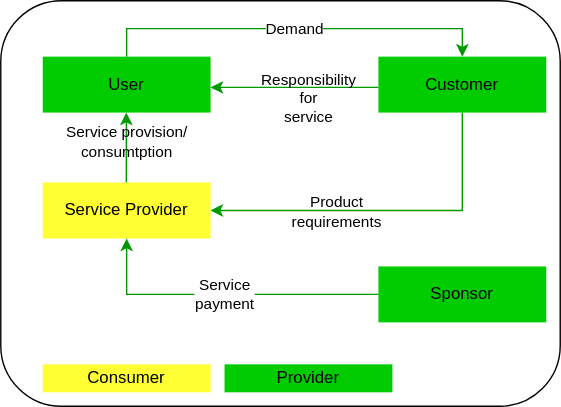
Above: 02. Service Management/Images/ITIL_ServiceProduct.svg in EnProxima/Experience (draw.io), before the change. Source tidied: cells renumbered, new cells last; positions are measured from the earlier drawing's top-left corner, leaving out a move shared by most shapes. Its diagram source:
```xml
<mxGraphModel>
  <root>
    <mxCell id="0" />
    <mxCell id="1" parent="0" />
    <mxCell id="2" style="rounded=1;whiteSpace=wrap;html=1;" parent="1" vertex="1">
      <mxGeometry width="400" height="290" as="geometry" />
    </mxCell>
    <mxCell id="3" style="edgeStyle=orthogonalEdgeStyle;rounded=0;orthogonalLoop=1;jettySize=auto;html=1;entryX=0.5;entryY=1;entryDx=0;entryDy=0;strokeColor=#009900;" parent="1" edge="1">
      <mxGeometry relative="1" as="geometry">
        <mxPoint x="89.8" y="130" as="sourcePoint" />
        <mxPoint x="89.8" y="80" as="targetPoint" />
        <Array as="points">
          <mxPoint x="89.8" y="100" />
          <mxPoint x="89.8" y="100" />
        </Array>
      </mxGeometry>
    </mxCell>
    <mxCell id="4" value="Service provision/&lt;br&gt;consumtption" style="edgeLabel;html=1;align=center;verticalAlign=middle;labelBackgroundColor=none;" parent="3" vertex="1">
      <mxGeometry x="-0.26" y="2" relative="1" as="geometry">
        <mxPoint x="2" y="-11" as="offset" />
      </mxGeometry>
    </mxCell>
    <mxCell id="5" value="Service Provider" style="rounded=0;whiteSpace=wrap;html=1;strokeColor=none;fillColor=#FFFF33;" parent="1" vertex="1">
      <mxGeometry x="30" y="130" width="120" height="40" as="geometry" />
    </mxCell>
    <mxCell id="6" value="Demand" style="edgeStyle=orthogonalEdgeStyle;rounded=0;jettySize=auto;html=1;entryX=0.5;entryY=0;entryDx=0;entryDy=0;exitX=0.5;exitY=0;exitDx=0;exitDy=0;strokeColor=#009900;" parent="1" edge="1" source="7" target="11">
      <mxGeometry relative="1" as="geometry" />
    </mxCell>
    <mxCell id="7" value="User" style="rounded=0;whiteSpace=wrap;html=1;fillColor=#00CC00;strokeColor=none;" parent="1" vertex="1">
      <mxGeometry x="30" y="40" width="120" height="40" as="geometry" />
    </mxCell>
    <mxCell id="8" style="edgeStyle=orthogonalEdgeStyle;rounded=0;jettySize=auto;html=1;entryX=1;entryY=0.5;entryDx=0;entryDy=0;exitX=0.5;exitY=1;exitDx=0;exitDy=0;strokeColor=#009900;" parent="1" edge="1" source="11" target="5">
      <mxGeometry relative="1" as="geometry" />
    </mxCell>
    <mxCell id="9" value="Product &lt;br&gt;requirements" style="edgeLabel;html=1;align=center;verticalAlign=middle;labelBackgroundColor=none;" parent="8" vertex="1">
      <mxGeometry x="-0.4" relative="1" as="geometry">
        <mxPoint x="-86" as="offset" />
      </mxGeometry>
    </mxCell>
    <mxCell id="10" value="Responsibility&lt;br&gt;for &lt;br&gt;service" style="edgeStyle=orthogonalEdgeStyle;rounded=0;orthogonalLoop=1;jettySize=auto;html=1;labelBackgroundColor=none;strokeColor=#009900;" parent="1" edge="1">
      <mxGeometry x="-0.17" y="8" relative="1" as="geometry">
        <mxPoint x="270" y="62" as="sourcePoint" />
        <mxPoint x="150" y="62" as="targetPoint" />
      </mxGeometry>
    </mxCell>
    <mxCell id="11" value="Customer" style="rounded=0;whiteSpace=wrap;html=1;fillColor=#00CC00;strokeColor=none;" parent="1" vertex="1">
      <mxGeometry x="270" y="40" width="120" height="40" as="geometry" />
    </mxCell>
    <mxCell id="12" value="Service &lt;br&gt;payment" style="edgeStyle=orthogonalEdgeStyle;rounded=0;jettySize=auto;html=1;entryX=0.5;entryY=1;entryDx=0;entryDy=0;strokeColor=#009900;" parent="1" edge="1" source="13" target="5">
      <mxGeometry relative="1" as="geometry" />
    </mxCell>
    <mxCell id="13" value="Sponsor" style="rounded=0;whiteSpace=wrap;html=1;fillColor=#00CC00;strokeColor=none;" parent="1" vertex="1">
      <mxGeometry x="270" y="190" width="120" height="40" as="geometry" />
    </mxCell>
    <mxCell id="14" value="Consumer" style="rounded=0;whiteSpace=wrap;html=1;fillColor=#FFFF33;strokeColor=none;" parent="1" vertex="1">
      <mxGeometry x="30" y="260" width="120" height="20" as="geometry" />
    </mxCell>
    <mxCell id="15" value="Provider" style="rounded=0;whiteSpace=wrap;html=1;fillColor=#00CC00;strokeColor=none;" parent="1" vertex="1">
      <mxGeometry x="160" y="260" width="120" height="20" as="geometry" />
    </mxCell>
  </root>
</mxGraphModel>
```
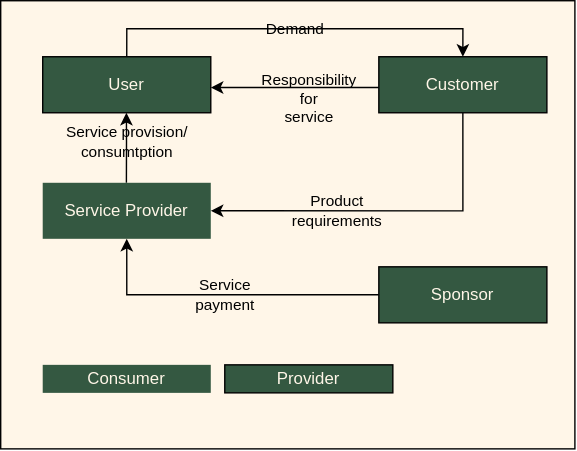
The same diagram one commit later.

Change to the diagram source:
```diff
@@ -2,10 +2,10 @@
   <root>
     <mxCell id="0" />
     <mxCell id="1" parent="0" />
-    <mxCell id="2" style="rounded=1;whiteSpace=wrap;html=1;" parent="1" vertex="1">
-      <mxGeometry width="400" height="290" as="geometry" />
-    </mxCell>
+    <mxCell id="16" style="rounded=0;whiteSpace=wrap;html=1;labelBackgroundColor=none;fontColor=#FFF6E8;strokeColor=#000000;fillColor=#FFF6E8;" parent="1" vertex="1">
+      <mxGeometry width="410" height="320" as="geometry" />
+    </mxCell>
-    <mxCell id="3" style="edgeStyle=orthogonalEdgeStyle;rounded=0;orthogonalLoop=1;jettySize=auto;html=1;entryX=0.5;entryY=1;entryDx=0;entryDy=0;strokeColor=#009900;" parent="1" edge="1">
+    <mxCell id="3" style="edgeStyle=orthogonalEdgeStyle;rounded=0;orthogonalLoop=1;jettySize=auto;html=1;entryX=0.5;entryY=1;entryDx=0;entryDy=0;" parent="1" edge="1">
       <mxGeometry relative="1" as="geometry">
         <mxPoint x="89.8" y="130" as="sourcePoint" />
         <mxPoint x="89.8" y="80" as="targetPoint" />
@@ -20,16 +20,21 @@
         <mxPoint x="2" y="-11" as="offset" />
       </mxGeometry>
     </mxCell>
-    <mxCell id="5" value="Service Provider" style="rounded=0;whiteSpace=wrap;html=1;strokeColor=none;fillColor=#FFFF33;" parent="1" vertex="1">
+    <mxCell id="5" value="Service Provider" style="rounded=0;whiteSpace=wrap;html=1;strokeColor=none;fillColor=#345841;fontColor=#FFF6E8;" parent="1" vertex="1">
       <mxGeometry x="30" y="130" width="120" height="40" as="geometry" />
     </mxCell>
-    <mxCell id="6" value="Demand" style="edgeStyle=orthogonalEdgeStyle;rounded=0;jettySize=auto;html=1;entryX=0.5;entryY=0;entryDx=0;entryDy=0;exitX=0.5;exitY=0;exitDx=0;exitDy=0;strokeColor=#009900;" parent="1" edge="1" source="7" target="11">
-      <mxGeometry relative="1" as="geometry" />
+    <mxCell id="6" value="Demand" style="edgeStyle=orthogonalEdgeStyle;rounded=0;jettySize=auto;html=1;entryX=0.5;entryY=0;entryDx=0;entryDy=0;exitX=0.5;exitY=0;exitDx=0;exitDy=0;labelBackgroundColor=none;" parent="1" edge="1" source="7" target="11">
+      <mxGeometry relative="1" as="geometry">
+        <Array as="points">
+          <mxPoint x="90" y="20" />
+          <mxPoint x="330" y="20" />
+        </Array>
+      </mxGeometry>
     </mxCell>
-    <mxCell id="7" value="User" style="rounded=0;whiteSpace=wrap;html=1;fillColor=#00CC00;strokeColor=none;" parent="1" vertex="1">
+    <mxCell id="7" value="User" style="rounded=0;whiteSpace=wrap;html=1;fillColor=#345841;fontColor=#FFF6E8;" parent="1" vertex="1">
       <mxGeometry x="30" y="40" width="120" height="40" as="geometry" />
     </mxCell>
-    <mxCell id="8" style="edgeStyle=orthogonalEdgeStyle;rounded=0;jettySize=auto;html=1;entryX=1;entryY=0.5;entryDx=0;entryDy=0;exitX=0.5;exitY=1;exitDx=0;exitDy=0;strokeColor=#009900;" parent="1" edge="1" source="11" target="5">
+    <mxCell id="8" style="edgeStyle=orthogonalEdgeStyle;rounded=0;jettySize=auto;html=1;entryX=1;entryY=0.5;entryDx=0;entryDy=0;exitX=0.5;exitY=1;exitDx=0;exitDy=0;" parent="1" edge="1" source="11" target="5">
       <mxGeometry relative="1" as="geometry" />
     </mxCell>
     <mxCell id="9" value="Product &lt;br&gt;requirements" style="edgeLabel;html=1;align=center;verticalAlign=middle;labelBackgroundColor=none;" parent="8" vertex="1">
@@ -37,25 +42,25 @@
         <mxPoint x="-86" as="offset" />
       </mxGeometry>
     </mxCell>
-    <mxCell id="10" value="Responsibility&lt;br&gt;for &lt;br&gt;service" style="edgeStyle=orthogonalEdgeStyle;rounded=0;orthogonalLoop=1;jettySize=auto;html=1;labelBackgroundColor=none;strokeColor=#009900;" parent="1" edge="1">
+    <mxCell id="10" value="Responsibility&lt;br&gt;for &lt;br&gt;service" style="edgeStyle=orthogonalEdgeStyle;rounded=0;orthogonalLoop=1;jettySize=auto;html=1;labelBackgroundColor=none;" parent="1" edge="1">
       <mxGeometry x="-0.17" y="8" relative="1" as="geometry">
         <mxPoint x="270" y="62" as="sourcePoint" />
         <mxPoint x="150" y="62" as="targetPoint" />
       </mxGeometry>
     </mxCell>
-    <mxCell id="11" value="Customer" style="rounded=0;whiteSpace=wrap;html=1;fillColor=#00CC00;strokeColor=none;" parent="1" vertex="1">
+    <mxCell id="11" value="Customer" style="rounded=0;whiteSpace=wrap;html=1;fillColor=#345841;fontColor=#FFF6E8;" parent="1" vertex="1">
       <mxGeometry x="270" y="40" width="120" height="40" as="geometry" />
     </mxCell>
-    <mxCell id="12" value="Service &lt;br&gt;payment" style="edgeStyle=orthogonalEdgeStyle;rounded=0;jettySize=auto;html=1;entryX=0.5;entryY=1;entryDx=0;entryDy=0;strokeColor=#009900;" parent="1" edge="1" source="13" target="5">
+    <mxCell id="12" value="Service &lt;br&gt;payment" style="edgeStyle=orthogonalEdgeStyle;rounded=0;jettySize=auto;html=1;entryX=0.5;entryY=1;entryDx=0;entryDy=0;labelBackgroundColor=none;" parent="1" edge="1" source="13" target="5">
       <mxGeometry relative="1" as="geometry" />
     </mxCell>
-    <mxCell id="13" value="Sponsor" style="rounded=0;whiteSpace=wrap;html=1;fillColor=#00CC00;strokeColor=none;" parent="1" vertex="1">
+    <mxCell id="13" value="Sponsor" style="rounded=0;whiteSpace=wrap;html=1;fillColor=#345841;fontColor=#FFF6E8;" parent="1" vertex="1">
       <mxGeometry x="270" y="190" width="120" height="40" as="geometry" />
     </mxCell>
-    <mxCell id="14" value="Consumer" style="rounded=0;whiteSpace=wrap;html=1;fillColor=#FFFF33;strokeColor=none;" parent="1" vertex="1">
+    <mxCell id="14" value="Consumer" style="rounded=0;whiteSpace=wrap;html=1;strokeColor=none;fillColor=#345841;fontColor=#FFF6E8;" parent="1" vertex="1">
       <mxGeometry x="30" y="260" width="120" height="20" as="geometry" />
     </mxCell>
-    <mxCell id="15" value="Provider" style="rounded=0;whiteSpace=wrap;html=1;fillColor=#00CC00;strokeColor=none;" parent="1" vertex="1">
+    <mxCell id="15" value="Provider" style="rounded=0;whiteSpace=wrap;html=1;fillColor=#345841;fontColor=#FFF6E8;" parent="1" vertex="1">
       <mxGeometry x="160" y="260" width="120" height="20" as="geometry" />
     </mxCell>
   </root>
```
